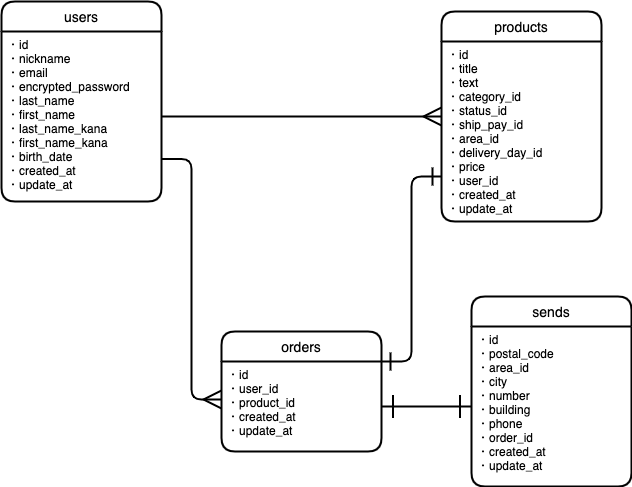
Before: ER.dio.png, a diagram exported from draw.io (hatanotakahiro/furima-35279). Source tidied: cells renumbered, new cells last; positions are measured from the earlier drawing's top-left corner, leaving out a move shared by most shapes.
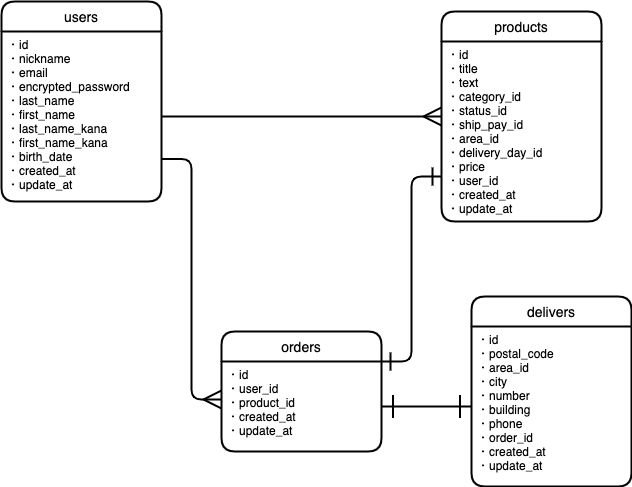
After the change.

Diff of the diagram source:
```diff
@@ -20,7 +20,7 @@
     <mxCell id="7" value="・id&#10;・title&#10;・text&#10;・category_id&#10;・status_id&#10;・ship_pay_id&#10;・area_id&#10;・delivery_day_id&#10;・price&#10;・user_id&#10;・created_at&#10;・update_at&#10;" style="align=left;strokeColor=none;fillColor=none;spacingLeft=4;fontSize=12;verticalAlign=top;" parent="6" vertex="1">
       <mxGeometry y="30" width="160" height="180" as="geometry" />
     </mxCell>
-    <mxCell id="8" value="sends" style="swimlane;horizontal=1;startSize=30;rounded=1;fontSize=14;fontStyle=0;strokeWidth=2;shadow=0;dashed=0;align=center;" parent="1" vertex="1">
+    <mxCell id="8" value="delivers" style="swimlane;horizontal=1;startSize=30;rounded=1;fontSize=14;fontStyle=0;strokeWidth=2;shadow=0;dashed=0;align=center;" parent="1" vertex="1">
       <mxGeometry x="470" y="295" width="160" height="190" as="geometry" />
     </mxCell>
     <mxCell id="9" value="・id&#10;・postal_code&#10;・area_id&#10;・city&#10;・number&#10;・building&#10;・phone&#10;・order_id&#10;・created_at&#10;・update_at&#10;" style="align=left;strokeColor=none;fillColor=none;spacingLeft=4;fontSize=12;verticalAlign=top;" parent="8" vertex="1">
```
